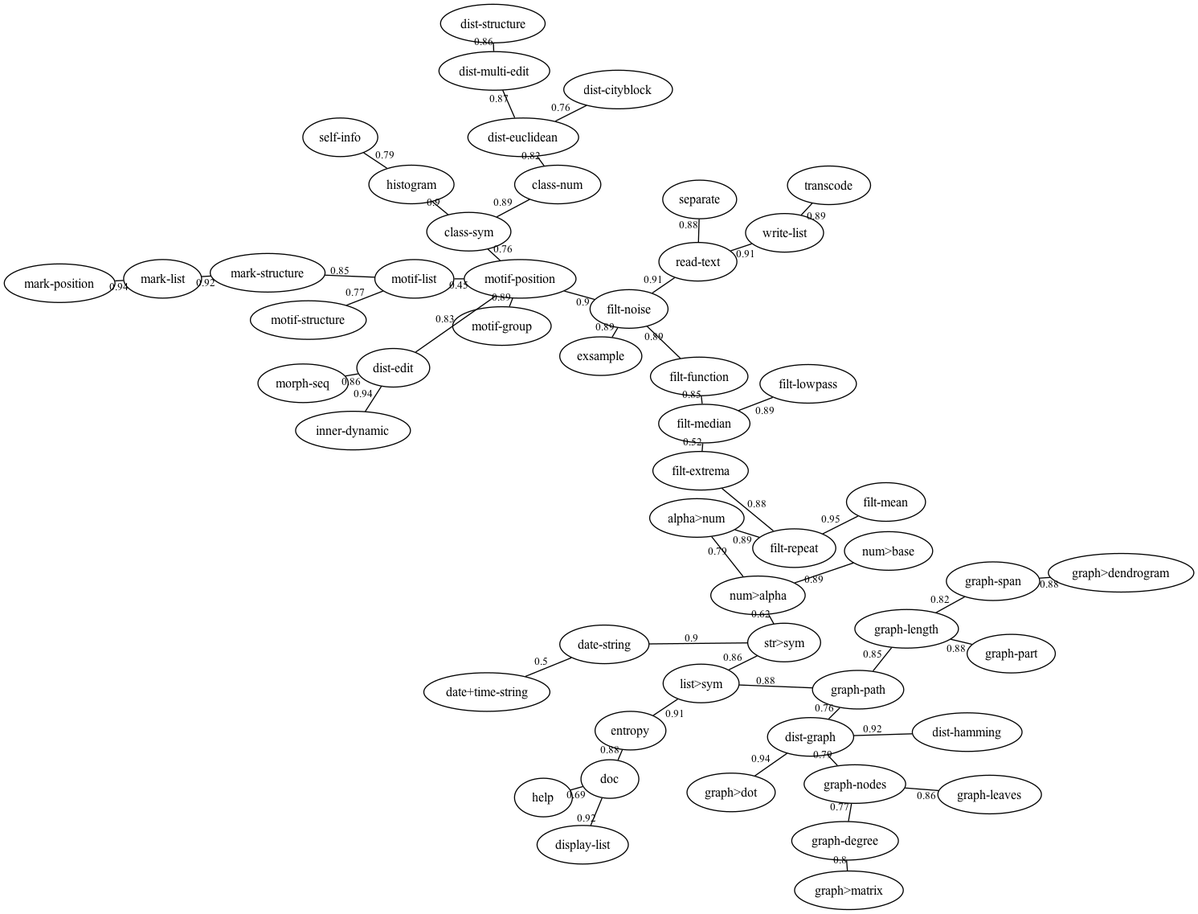
Earlier version of the Graphviz export doc/pictures/refrains-docstrings.png (FredVoisin/refrains). Its source is kept beside it as doc/pictures/refrains-docstrings.dot.
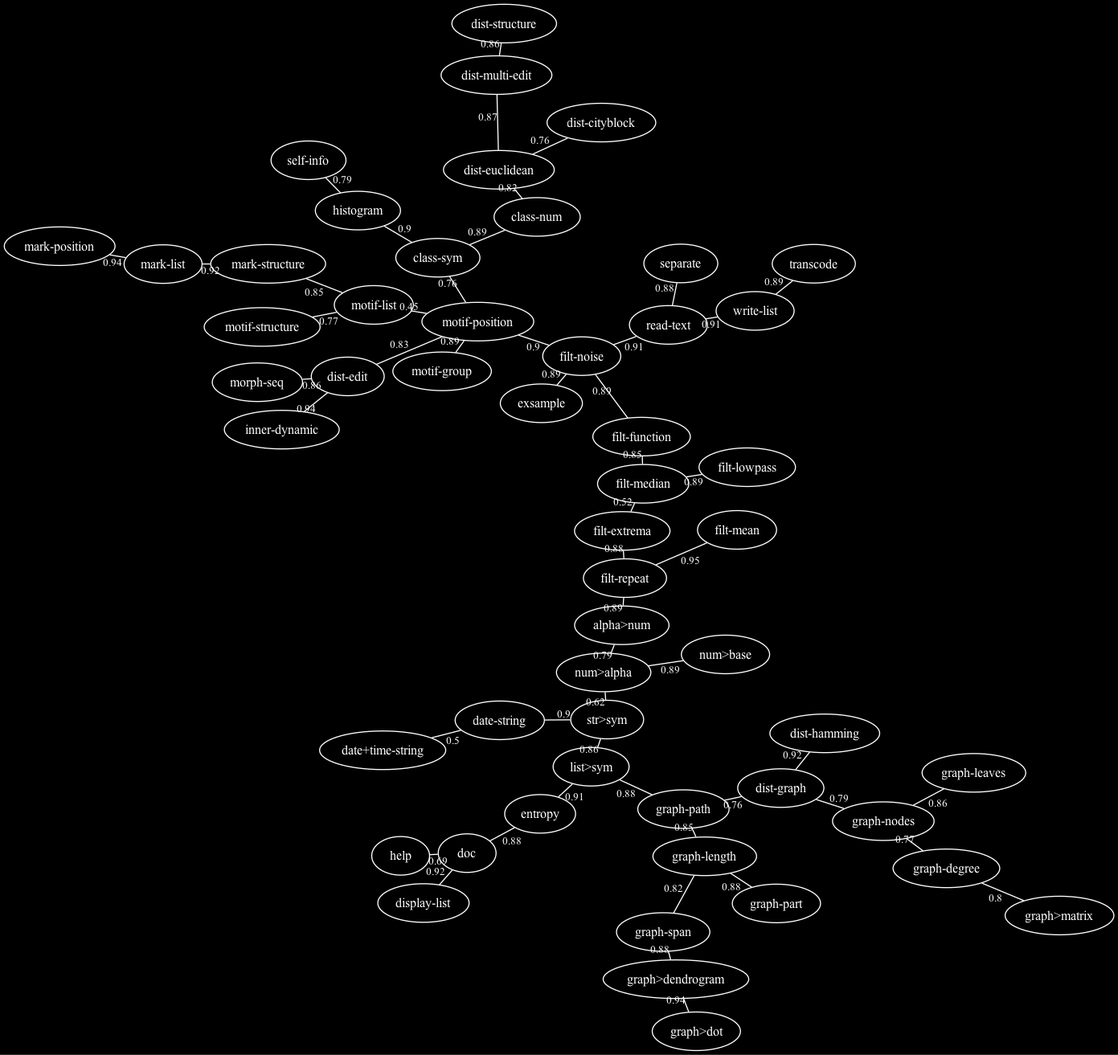
Above is the later version.

The edit, as a diff of the source:
```diff
@@ -1,8 +1,9 @@
 graph "refrains-docstrings" {
-/* generated with refrains:graph>dot 2026 october twenty-fourth at 19h31 */
+/* generated with refrains:graph>dot 2026 october twenty-fourth at 19h39 */
  graph [overlap="false", sep="+4"];
- node [shape="ellipse", font=Helvetica, fontsize=12, color=black, fontcolor=black];
- edge [font=Helvetica,fontsize=10, color=black, labelfloat=true];
+ graph [bgcolor=black];
+ node [shape="ellipse", font=Helvetica, fontsize=12, color=white, fontcolor=white];
+ edge [font=Helvetica,fontsize=10, color=white, fontcolor=white, labelfloat=true];
  "motif-list" -- "motif-position" [w=1, len=0.450000, label="0.45"];
  "date+time-string" -- "date-string" [w=1, len=0.500000, label="0.5"];
  "filt-extrema" -- "filt-median" [w=1, len=0.520000, label="0.52"];
@@ -52,7 +53,7 @@
  "dist-graph" -- "dist-hamming" [w=1, len=0.920000, label="0.92"];
  "mark-list" -- "mark-structure" [w=1, len=0.920000, label="0.92"];
  "dist-edit" -- "inner-dynamic" [w=1, len=0.940000, label="0.94"];
- "dist-graph" -- "graph>dot" [w=1, len=0.940000, label="0.94"];
+ "graph>dendrogram" -- "graph>dot" [w=1, len=0.940000, label="0.94"];
  "mark-list" -- "mark-position" [w=1, len=0.940000, label="0.94"];
  "filt-mean" -- "filt-repeat" [w=1, len=0.950000, label="0.95"];
 }
```
